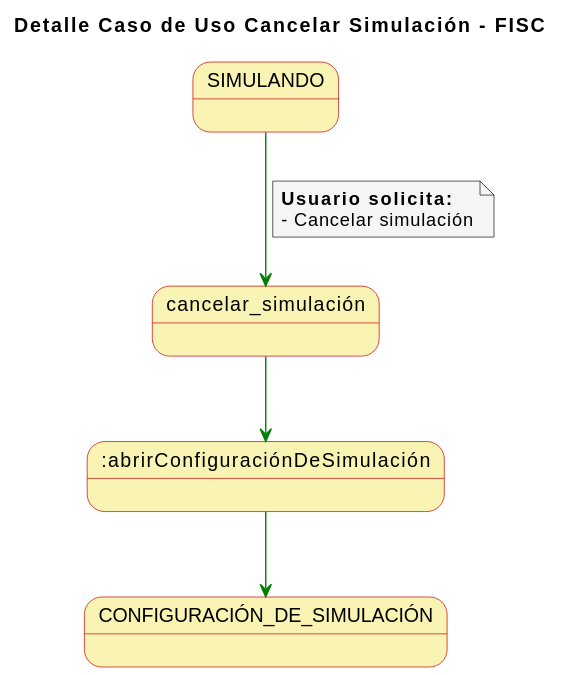
Before: imagenes/casosDeUso/detallesCasosUso/detalleCasoUsoCancelarSimulacion.svg, a diagram exported from PlantUML (mmasias/23-24-IdSw1-SDR).
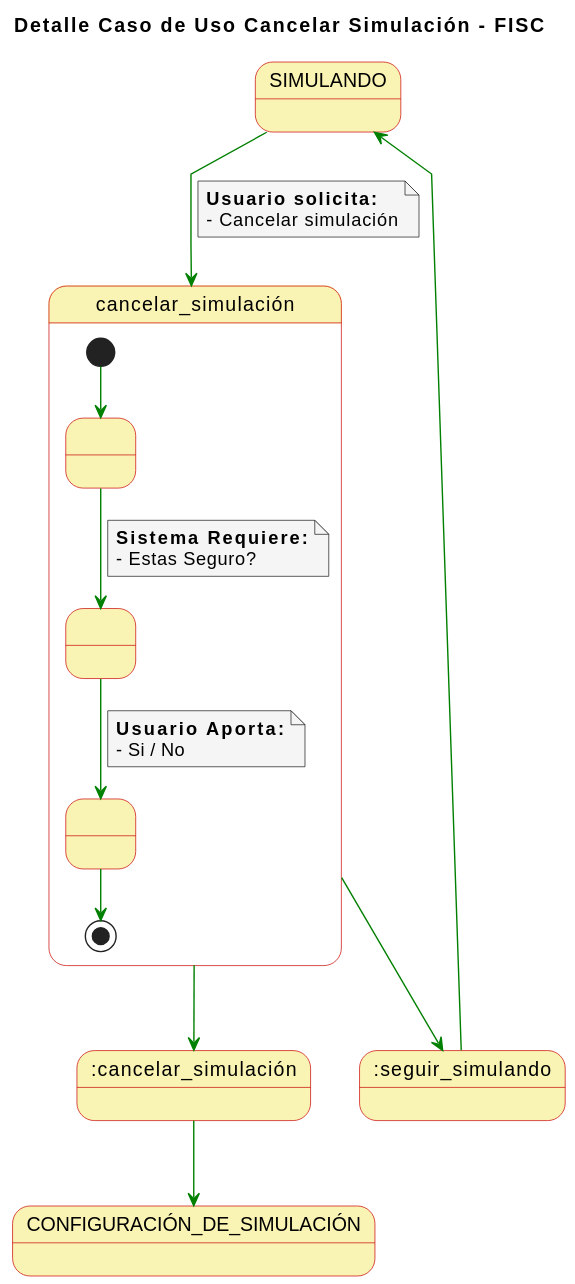
After the change.

Change to the diagram source:
```diff
@@ -19,6 +19,28 @@
   - Cancelar simulación
 end note
 
-cancelar_simulación -[#green]-> :abrirConfiguraciónDeSimulación
-:abrirConfiguraciónDeSimulación-[#green]-> CONFIGURACIÓN_DE_SIMULACIÓN
+state cancelar_simulación{
+   state 1 as " "
+   state 2 as " "
+   state 3 as " "
+
+   [*] -[#green]-> 1
+  1 -[#green]-> 2
+  note on link
+      **Sistema Requiere:**
+      - Estas Seguro?
+  end note
+  2 -[#green]-> 3
+  note on link
+      **Usuario Aporta:**
+      - Si / No
+  end note
+  3 -[#green]-> [*]
+
+}
+cancelar_simulación -[#green]-> :cancelar_simulación
+cancelar_simulación -[#green]-> :seguir_simulando
+:seguir_simulando -[#green]-> SIMULANDO
+
+:cancelar_simulación -[#green]-> CONFIGURACIÓN_DE_SIMULACIÓN
 @enduml
```
